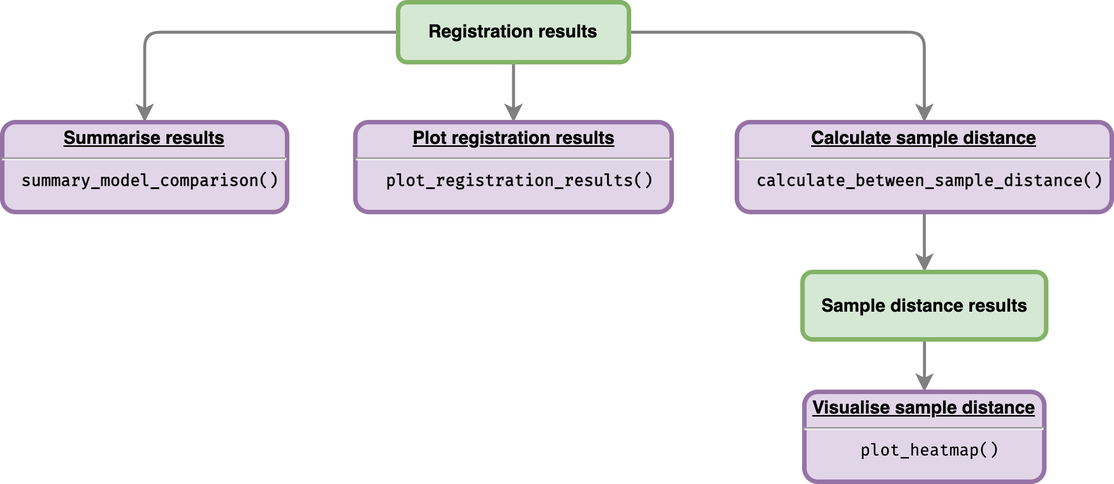
Above: vignettes/figures/visualisation_process.png in ruthkr/GREAT (draw.io), before the change. Source tidied: cells renumbered, new cells last; positions are measured from the earlier drawing's top-left corner, leaving out a move shared by most shapes.
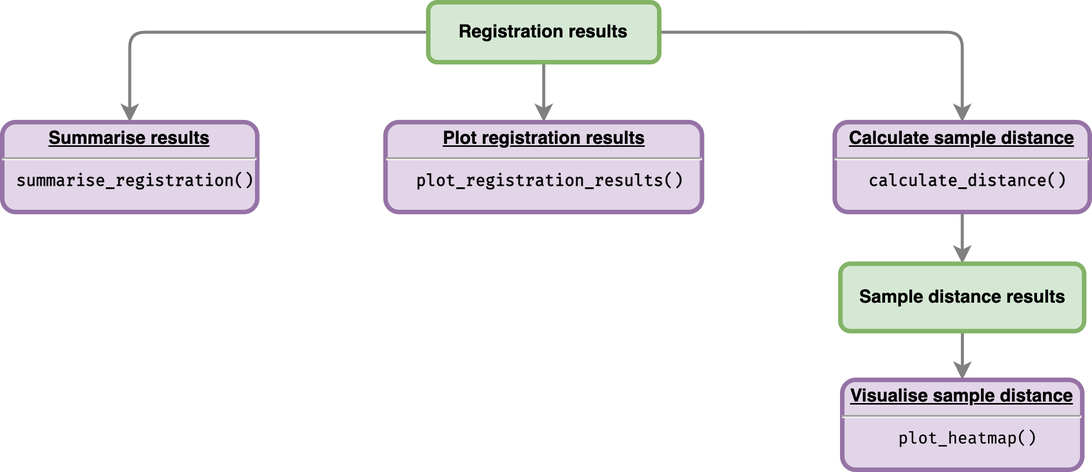
After the change.

The edit, as a diff of the source:
```diff
@@ -12,28 +12,28 @@
       <mxGeometry relative="1" as="geometry" />
     </mxCell>
     <mxCell id="5" value="Registration results" style="whiteSpace=wrap;align=center;verticalAlign=middle;fontStyle=1;strokeWidth=3;fillColor=#d5e8d4;strokeColor=#82b366;rounded=1;" parent="1" vertex="1">
-      <mxGeometry x="264" width="154" height="40" as="geometry" />
+      <mxGeometry x="254" y="340" width="154" height="40" as="geometry" />
     </mxCell>
-    <mxCell id="6" value="&lt;p style=&quot;margin: 0px ; margin-top: 4px ; text-align: center ; text-decoration: underline&quot;&gt;Summarise results&lt;/p&gt;&lt;hr&gt;&lt;p style=&quot;margin: 0px ; margin-left: 8px&quot;&gt;&lt;font face=&quot;Fira Code&quot; style=&quot;font-size: 11px&quot;&gt;summary_model_comparison()&lt;/font&gt;&lt;br&gt;&lt;/p&gt;" style="verticalAlign=middle;align=center;overflow=fill;fontSize=12;fontFamily=Helvetica;html=1;rounded=1;fontStyle=1;strokeWidth=3;fillColor=#e1d5e7;strokeColor=#9673a6;" parent="1" vertex="1">
-      <mxGeometry y="80" width="190" height="60" as="geometry" />
+    <mxCell id="6" value="&lt;p style=&quot;margin: 0px ; margin-top: 4px ; text-align: center ; text-decoration: underline&quot;&gt;Summarise results&lt;/p&gt;&lt;hr&gt;&lt;p style=&quot;margin: 0px ; margin-left: 8px&quot;&gt;&lt;font face=&quot;Fira Code&quot; style=&quot;font-size: 11px&quot;&gt;summarise_registration()&lt;/font&gt;&lt;br&gt;&lt;/p&gt;" style="verticalAlign=middle;align=center;overflow=fill;fontSize=12;fontFamily=Helvetica;html=1;rounded=1;fontStyle=1;strokeWidth=3;fillColor=#e1d5e7;strokeColor=#9673a6;" parent="1" vertex="1">
+      <mxGeometry x="-30" y="420" width="170" height="60" as="geometry" />
     </mxCell>
     <mxCell id="7" value="&lt;p style=&quot;margin: 0px ; margin-top: 4px ; text-align: center ; text-decoration: underline&quot;&gt;&lt;strong&gt;Plot registration results&lt;/strong&gt;&lt;/p&gt;&lt;hr&gt;&lt;p style=&quot;margin: 0px ; margin-left: 8px&quot;&gt;&lt;font face=&quot;Fira Code&quot; style=&quot;font-size: 11px&quot;&gt;plot_registration_results()&lt;/font&gt;&lt;br&gt;&lt;/p&gt;" style="verticalAlign=middle;align=center;overflow=fill;fontSize=12;fontFamily=Helvetica;html=1;rounded=1;fontStyle=1;strokeWidth=3;fillColor=#e1d5e7;strokeColor=#9673a6;" parent="1" vertex="1">
-      <mxGeometry x="235.5" y="80" width="211" height="60" as="geometry" />
+      <mxGeometry x="225.5" y="420" width="211" height="60" as="geometry" />
     </mxCell>
     <mxCell id="8" style="edgeStyle=orthogonalEdgeStyle;rounded=0;jettySize=auto;html=1;strokeColor=#808080;strokeWidth=2;" parent="1" edge="1" source="9" target="11">
       <mxGeometry relative="1" as="geometry" />
     </mxCell>
-    <mxCell id="9" value="&lt;p style=&quot;margin: 0px ; margin-top: 4px ; text-align: center ; text-decoration: underline&quot;&gt;&lt;strong&gt;Calculate sample distance&lt;/strong&gt;&lt;/p&gt;&lt;hr&gt;&lt;p style=&quot;margin: 0px ; margin-left: 8px&quot;&gt;&lt;font face=&quot;Fira Code&quot; style=&quot;font-size: 11px&quot;&gt;calculate_between_sample_distance()&lt;/font&gt;&lt;br&gt;&lt;/p&gt;" style="verticalAlign=middle;align=center;overflow=fill;fontSize=12;fontFamily=Helvetica;html=1;rounded=1;fontStyle=1;strokeWidth=3;fillColor=#e1d5e7;strokeColor=#9673a6;" parent="1" vertex="1">
-      <mxGeometry x="490" y="80" width="250" height="60" as="geometry" />
+    <mxCell id="9" value="&lt;p style=&quot;margin: 0px ; margin-top: 4px ; text-align: center ; text-decoration: underline&quot;&gt;&lt;strong&gt;Calculate sample distance&lt;/strong&gt;&lt;/p&gt;&lt;hr&gt;&lt;p style=&quot;margin: 0px ; margin-left: 8px&quot;&gt;&lt;font face=&quot;Fira Code&quot; style=&quot;font-size: 11px&quot;&gt;calculate_distance()&lt;/font&gt;&lt;br&gt;&lt;/p&gt;" style="verticalAlign=middle;align=center;overflow=fill;fontSize=12;fontFamily=Helvetica;html=1;rounded=1;fontStyle=1;strokeWidth=3;fillColor=#e1d5e7;strokeColor=#9673a6;" parent="1" vertex="1">
+      <mxGeometry x="525" y="420" width="170" height="60" as="geometry" />
     </mxCell>
     <mxCell id="10" style="edgeStyle=orthogonalEdgeStyle;rounded=0;jettySize=auto;html=1;strokeColor=#808080;strokeWidth=2;" parent="1" edge="1" source="11" target="12">
       <mxGeometry relative="1" as="geometry" />
     </mxCell>
     <mxCell id="11" value="Sample distance results" style="whiteSpace=wrap;align=center;verticalAlign=middle;fontStyle=1;strokeWidth=3;fillColor=#d5e8d4;strokeColor=#82b366;rounded=1;glass=0;" parent="1" vertex="1">
-      <mxGeometry x="533.8" y="180" width="162.5" height="45" as="geometry" />
+      <mxGeometry x="528.8" y="514.5" width="162.5" height="45" as="geometry" />
     </mxCell>
     <mxCell id="12" value="&lt;p style=&quot;margin: 0px ; margin-top: 4px ; text-align: center ; text-decoration: underline&quot;&gt;&lt;strong&gt;Visualise sample distance&lt;/strong&gt;&lt;/p&gt;&lt;hr&gt;&lt;p style=&quot;margin: 0px ; margin-left: 8px&quot;&gt;&lt;span style=&quot;font-weight: normal&quot;&gt;&lt;font face=&quot;Fira Code&quot; style=&quot;font-size: 11px&quot;&gt;plot_heatmap()&lt;/font&gt;&lt;/span&gt;&lt;br&gt;&lt;/p&gt;" style="verticalAlign=middle;align=center;overflow=fill;fontSize=12;fontFamily=Helvetica;html=1;rounded=1;fontStyle=1;strokeWidth=3;fillColor=#e1d5e7;strokeColor=#9673a6;" parent="1" vertex="1">
-      <mxGeometry x="535" y="260" width="160" height="60" as="geometry" />
+      <mxGeometry x="530" y="592" width="160" height="60" as="geometry" />
     </mxCell>
   </root>
 </mxGraphModel>
```
